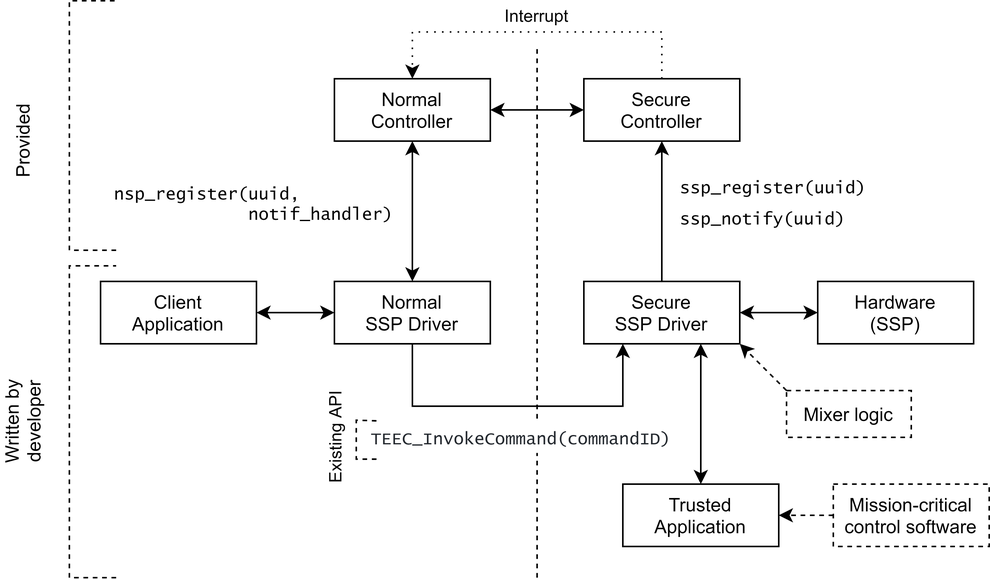
This is docs/design/figures/components.png from Distrinet-TACOS/documentation, a draw.io export, as it was before one commit. Source tidied: cells renumbered, new cells last; positions are measured from the earlier drawing's top-left corner, leaving out a move shared by most shapes. Its diagram source:
```xml
<mxGraphModel>
  <root>
    <mxCell id="0" />
    <mxCell id="1" parent="0" />
    <mxCell id="2" style="edgeStyle=orthogonalEdgeStyle;rounded=0;jettySize=auto;html=1;entryX=0;entryY=0.5;entryDx=0;entryDy=0;startArrow=classic;startFill=1;" parent="1" edge="1" source="4" target="12">
      <mxGeometry relative="1" as="geometry" />
    </mxCell>
    <mxCell id="3" style="edgeStyle=orthogonalEdgeStyle;rounded=0;jettySize=auto;html=1;startArrow=none;startFill=0;entryX=0.5;entryY=1;entryDx=0;entryDy=0;" parent="1" edge="1" source="4" target="28">
      <mxGeometry relative="1" as="geometry" />
    </mxCell>
    <mxCell id="4" value="Secure&lt;br&gt;SSP Driver" style="rounded=0;whiteSpace=wrap;html=1;" parent="1" vertex="1">
      <mxGeometry x="400" y="180" width="100" height="40" as="geometry" />
    </mxCell>
    <mxCell id="5" style="edgeStyle=orthogonalEdgeStyle;rounded=0;jettySize=auto;html=1;entryX=0.75;entryY=1;entryDx=0;entryDy=0;startArrow=classic;startFill=1;exitX=0.5;exitY=0;exitDx=0;exitDy=0;" parent="1" edge="1" source="6" target="4">
      <mxGeometry relative="1" as="geometry">
        <Array as="points">
          <mxPoint x="475" y="300" />
        </Array>
      </mxGeometry>
    </mxCell>
    <mxCell id="6" value="Trusted&lt;br&gt;Application" style="rounded=0;whiteSpace=wrap;html=1;" parent="1" vertex="1">
      <mxGeometry x="425" y="310" width="100" height="40" as="geometry" />
    </mxCell>
    <mxCell id="7" style="edgeStyle=orthogonalEdgeStyle;rounded=0;jettySize=auto;html=1;entryX=0.5;entryY=1;entryDx=0;entryDy=0;startArrow=classic;startFill=1;" parent="1" edge="1" source="10" target="27">
      <mxGeometry relative="1" as="geometry" />
    </mxCell>
    <mxCell id="8" style="edgeStyle=orthogonalEdgeStyle;rounded=0;jettySize=auto;html=1;entryX=1;entryY=0.5;entryDx=0;entryDy=0;startArrow=classic;startFill=1;" parent="1" edge="1" source="10" target="11">
      <mxGeometry relative="1" as="geometry" />
    </mxCell>
    <mxCell id="9" style="edgeStyle=orthogonalEdgeStyle;rounded=0;jettySize=auto;html=1;exitX=0.5;exitY=1;exitDx=0;exitDy=0;entryX=0.25;entryY=1;entryDx=0;entryDy=0;startArrow=none;startFill=0;" parent="1" edge="1" source="10" target="4">
      <mxGeometry relative="1" as="geometry">
        <Array as="points">
          <mxPoint x="290" y="260" />
          <mxPoint x="425" y="260" />
        </Array>
      </mxGeometry>
    </mxCell>
    <mxCell id="10" value="Normal&lt;br&gt;SSP Driver" style="rounded=0;whiteSpace=wrap;html=1;" parent="1" vertex="1">
      <mxGeometry x="240" y="180" width="100" height="40" as="geometry" />
    </mxCell>
    <mxCell id="11" value="Client&lt;br&gt;Application" style="rounded=0;whiteSpace=wrap;html=1;" parent="1" vertex="1">
      <mxGeometry x="90" y="180" width="100" height="40" as="geometry" />
    </mxCell>
    <mxCell id="12" value="Hardware&lt;br&gt;(SSP)" style="rounded=0;whiteSpace=wrap;html=1;" parent="1" vertex="1">
      <mxGeometry x="550" y="180" width="100" height="40" as="geometry" />
    </mxCell>
    <mxCell id="13" style="endArrow=none;dashed=1;html=1;rounded=0;startArrow=none;" parent="1" edge="1">
      <mxGeometry relative="1" as="geometry">
        <mxPoint x="370" y="370" as="sourcePoint" />
        <mxPoint x="370" y="30" as="targetPoint" />
      </mxGeometry>
    </mxCell>
    <mxCell id="14" value="ssp_register(uuid)" style="text;html=1;strokeColor=none;fillColor=none;align=left;verticalAlign=middle;whiteSpace=wrap;rounded=0;fontFamily=Lucida Console;fontSize=11;" parent="1" vertex="1">
      <mxGeometry x="460" y="110" width="80" height="20" as="geometry" />
    </mxCell>
    <mxCell id="15" value="ssp_notify(uuid)" style="text;html=1;strokeColor=none;fillColor=none;align=left;verticalAlign=middle;whiteSpace=wrap;rounded=0;fontFamily=Lucida Console;fontSize=11;" parent="1" vertex="1">
      <mxGeometry x="460" y="130" width="80" height="20" as="geometry" />
    </mxCell>
    <mxCell id="16" value="&lt;span style=&quot;color: rgb(36 , 41 , 47) ; background-color: rgb(255 , 255 , 255)&quot;&gt;&lt;font face=&quot;Lucida Console&quot; style=&quot;font-size: 11px&quot;&gt;TEEC_InvokeCommand(commandID)&lt;/font&gt;&lt;/span&gt;" style="text;html=1;strokeColor=none;fillColor=default;align=center;verticalAlign=middle;whiteSpace=wrap;rounded=0;labelBackgroundColor=default;" parent="1" vertex="1">
      <mxGeometry x="250" y="270" width="220" height="20" as="geometry" />
    </mxCell>
    <mxCell id="17" value="&lt;font face=&quot;Lucida Console&quot; style=&quot;font-size: 11px&quot;&gt;nsp_register(uuid,&lt;br&gt;&lt;div&gt;&lt;span&gt;&amp;nbsp; &amp;nbsp; &amp;nbsp; &amp;nbsp; &amp;nbsp; &amp;nbsp; &amp;nbsp;notif_handler&lt;/span&gt;&lt;span&gt;)&lt;/span&gt;&lt;/div&gt;&lt;/font&gt;" style="text;html=1;strokeColor=none;fillColor=none;align=left;verticalAlign=middle;whiteSpace=wrap;rounded=0;labelBackgroundColor=none;" parent="1" vertex="1">
      <mxGeometry x="97" y="120" width="190" height="20" as="geometry" />
    </mxCell>
    <mxCell id="18" style="rounded=0;jettySize=auto;html=1;exitX=0;exitY=0;exitDx=0;exitDy=0;entryX=1;entryY=1;entryDx=0;entryDy=0;startArrow=none;startFill=0;dashed=1;" parent="1" edge="1" source="19" target="4">
      <mxGeometry relative="1" as="geometry" />
    </mxCell>
    <mxCell id="19" value="Mixer logic" style="text;html=1;strokeColor=default;fillColor=none;align=center;verticalAlign=middle;whiteSpace=wrap;rounded=0;dashed=1;" parent="1" vertex="1">
      <mxGeometry x="530" y="250" width="80" height="30" as="geometry" />
    </mxCell>
    <mxCell id="20" style="endArrow=none;html=1;rounded=0;dashed=1;" parent="1" edge="1">
      <mxGeometry relative="1" as="geometry">
        <mxPoint x="100" y="160" as="sourcePoint" />
        <mxPoint x="100" as="targetPoint" />
        <Array as="points">
          <mxPoint x="70" y="160" />
          <mxPoint x="70" />
        </Array>
      </mxGeometry>
    </mxCell>
    <mxCell id="21" style="endArrow=none;html=1;rounded=0;dashed=1;" parent="1" edge="1">
      <mxGeometry relative="1" as="geometry">
        <mxPoint x="100" y="370" as="sourcePoint" />
        <mxPoint x="100" y="170" as="targetPoint" />
        <Array as="points">
          <mxPoint x="70" y="370" />
          <mxPoint x="70" y="170" />
        </Array>
      </mxGeometry>
    </mxCell>
    <mxCell id="22" value="Provided" style="text;html=1;strokeColor=none;fillColor=none;align=center;verticalAlign=middle;whiteSpace=wrap;rounded=0;labelBackgroundColor=none;rotation=-90;" parent="1" vertex="1">
      <mxGeometry y="80" width="80" height="20" as="geometry" />
    </mxCell>
    <mxCell id="23" value="Written by developer" style="text;html=1;strokeColor=none;fillColor=none;align=center;verticalAlign=middle;whiteSpace=wrap;rounded=0;labelBackgroundColor=none;rotation=-90;" parent="1" vertex="1">
      <mxGeometry y="260" width="80" height="20" as="geometry" />
    </mxCell>
    <mxCell id="24" style="edgeStyle=none;rounded=0;jettySize=auto;html=1;entryX=1;entryY=0.5;entryDx=0;entryDy=0;dashed=1;fontFamily=Lucida Console;fontSize=11;startArrow=none;startFill=0;" parent="1" edge="1" source="25" target="6">
      <mxGeometry relative="1" as="geometry" />
    </mxCell>
    <mxCell id="25" value="Mission-critical control software" style="text;html=1;strokeColor=default;fillColor=none;align=center;verticalAlign=middle;whiteSpace=wrap;rounded=0;dashed=1;" parent="1" vertex="1">
      <mxGeometry x="560" y="310" width="100" height="40" as="geometry" />
    </mxCell>
    <mxCell id="26" value="Interrupt" style="text;html=1;strokeColor=none;fillColor=none;align=center;verticalAlign=middle;whiteSpace=wrap;rounded=0;fontFamily=Helvetica;fontSize=11;" parent="1" vertex="1">
      <mxGeometry x="330" width="80" height="20" as="geometry" />
    </mxCell>
    <mxCell id="27" value="Normal&lt;br&gt;Controller" style="rounded=0;whiteSpace=wrap;html=1;" parent="1" vertex="1">
      <mxGeometry x="240" y="50" width="100" height="40" as="geometry" />
    </mxCell>
    <mxCell id="28" value="Secure&lt;br&gt;Controller" style="rounded=0;whiteSpace=wrap;html=1;" parent="1" vertex="1">
      <mxGeometry x="400" y="50" width="100" height="40" as="geometry" />
    </mxCell>
    <mxCell id="29" style="edgeStyle=orthogonalEdgeStyle;rounded=0;jettySize=auto;html=1;entryX=0;entryY=0.5;entryDx=0;entryDy=0;startArrow=classic;startFill=1;" parent="1" edge="1" source="27" target="28">
      <mxGeometry x="320" y="80" as="geometry" />
    </mxCell>
    <mxCell id="30" style="edgeStyle=none;rounded=0;jettySize=auto;html=1;entryX=0.5;entryY=0;entryDx=0;entryDy=0;dashed=1;dashPattern=1 4;fontFamily=Lucida Console;fontSize=11;startArrow=none;startFill=0;" parent="1" edge="1" source="28" target="27">
      <mxGeometry x="320" y="80" as="geometry">
        <Array as="points">
          <mxPoint x="450" y="20" />
          <mxPoint x="290" y="20" />
        </Array>
      </mxGeometry>
    </mxCell>
    <mxCell id="31" style="endArrow=none;html=1;rounded=0;dashed=1;entryX=0.059;entryY=0.021;entryDx=0;entryDy=0;entryPerimeter=0;" parent="1" edge="1">
      <mxGeometry relative="1" as="geometry">
        <mxPoint x="267" y="294" as="sourcePoint" />
        <mxPoint x="267" y="269.4" as="targetPoint" />
        <Array as="points">
          <mxPoint x="254" y="294" />
          <mxPoint x="254" y="269" />
        </Array>
      </mxGeometry>
    </mxCell>
    <mxCell id="32" value="Existing API" style="text;html=1;strokeColor=none;fillColor=none;align=center;verticalAlign=middle;whiteSpace=wrap;rounded=0;labelBackgroundColor=none;rotation=-90;fontSize=11;" parent="1" vertex="1">
      <mxGeometry x="201" y="270" width="80" height="20" as="geometry" />
    </mxCell>
  </root>
</mxGraphModel>
```
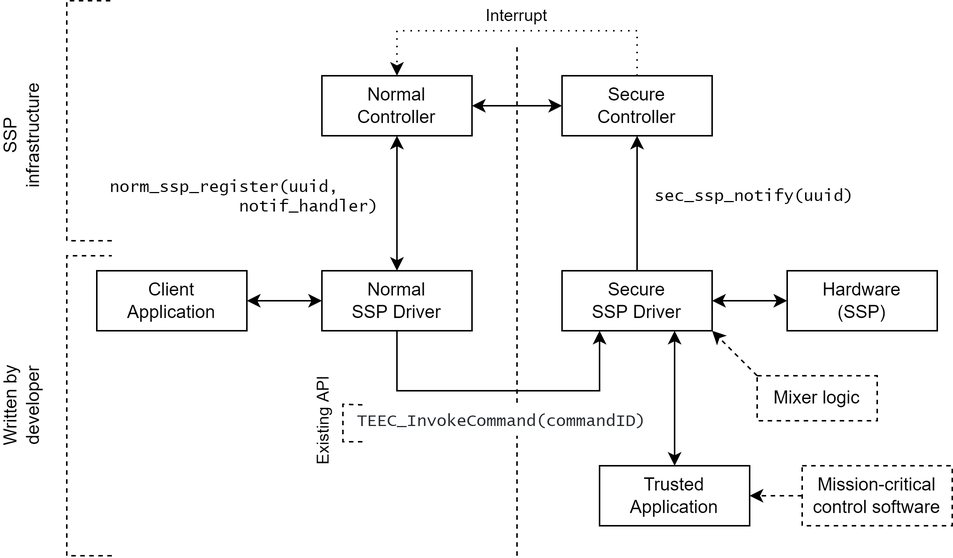
After the change.

Diff of the diagram source:
```diff
@@ -50,16 +50,13 @@
         <mxPoint x="370" y="30" as="targetPoint" />
       </mxGeometry>
     </mxCell>
-    <mxCell id="14" value="ssp_register(uuid)" style="text;html=1;strokeColor=none;fillColor=none;align=left;verticalAlign=middle;whiteSpace=wrap;rounded=0;fontFamily=Lucida Console;fontSize=11;" parent="1" vertex="1">
-      <mxGeometry x="460" y="110" width="80" height="20" as="geometry" />
-    </mxCell>
-    <mxCell id="15" value="ssp_notify(uuid)" style="text;html=1;strokeColor=none;fillColor=none;align=left;verticalAlign=middle;whiteSpace=wrap;rounded=0;fontFamily=Lucida Console;fontSize=11;" parent="1" vertex="1">
-      <mxGeometry x="460" y="130" width="80" height="20" as="geometry" />
+    <mxCell id="15" value="sec_ssp_notify(uuid)" style="text;html=1;strokeColor=none;fillColor=none;align=left;verticalAlign=middle;whiteSpace=wrap;rounded=0;fontFamily=Lucida Console;fontSize=11;" parent="1" vertex="1">
+      <mxGeometry x="460" y="120" width="80" height="20" as="geometry" />
     </mxCell>
     <mxCell id="16" value="&lt;span style=&quot;color: rgb(36 , 41 , 47) ; background-color: rgb(255 , 255 , 255)&quot;&gt;&lt;font face=&quot;Lucida Console&quot; style=&quot;font-size: 11px&quot;&gt;TEEC_InvokeCommand(commandID)&lt;/font&gt;&lt;/span&gt;" style="text;html=1;strokeColor=none;fillColor=default;align=center;verticalAlign=middle;whiteSpace=wrap;rounded=0;labelBackgroundColor=default;" parent="1" vertex="1">
       <mxGeometry x="250" y="270" width="220" height="20" as="geometry" />
     </mxCell>
-    <mxCell id="17" value="&lt;font face=&quot;Lucida Console&quot; style=&quot;font-size: 11px&quot;&gt;nsp_register(uuid,&lt;br&gt;&lt;div&gt;&lt;span&gt;&amp;nbsp; &amp;nbsp; &amp;nbsp; &amp;nbsp; &amp;nbsp; &amp;nbsp; &amp;nbsp;notif_handler&lt;/span&gt;&lt;span&gt;)&lt;/span&gt;&lt;/div&gt;&lt;/font&gt;" style="text;html=1;strokeColor=none;fillColor=none;align=left;verticalAlign=middle;whiteSpace=wrap;rounded=0;labelBackgroundColor=none;" parent="1" vertex="1">
+    <mxCell id="17" value="&lt;font face=&quot;Lucida Console&quot; style=&quot;font-size: 11px&quot;&gt;norm_ssp_register(uuid,&lt;br&gt;&lt;div&gt;&lt;span&gt;&amp;nbsp; &amp;nbsp; &amp;nbsp; &amp;nbsp; &amp;nbsp; &amp;nbsp; &amp;nbsp;notif_handler&lt;/span&gt;&lt;span&gt;)&lt;/span&gt;&lt;/div&gt;&lt;/font&gt;" style="text;html=1;strokeColor=none;fillColor=none;align=left;verticalAlign=middle;whiteSpace=wrap;rounded=0;labelBackgroundColor=none;" parent="1" vertex="1">
       <mxGeometry x="97" y="120" width="190" height="20" as="geometry" />
     </mxCell>
     <mxCell id="18" style="rounded=0;jettySize=auto;html=1;exitX=0;exitY=0;exitDx=0;exitDy=0;entryX=1;entryY=1;entryDx=0;entryDy=0;startArrow=none;startFill=0;dashed=1;" parent="1" edge="1" source="19" target="4">
@@ -88,7 +85,7 @@
         </Array>
       </mxGeometry>
     </mxCell>
-    <mxCell id="22" value="Provided" style="text;html=1;strokeColor=none;fillColor=none;align=center;verticalAlign=middle;whiteSpace=wrap;rounded=0;labelBackgroundColor=none;rotation=-90;" parent="1" vertex="1">
+    <mxCell id="22" value="SSP infrastructure" style="text;html=1;strokeColor=none;fillColor=none;align=center;verticalAlign=middle;whiteSpace=wrap;rounded=0;labelBackgroundColor=none;rotation=-90;" parent="1" vertex="1">
       <mxGeometry y="80" width="80" height="20" as="geometry" />
     </mxCell>
     <mxCell id="23" value="Written by developer" style="text;html=1;strokeColor=none;fillColor=none;align=center;verticalAlign=middle;whiteSpace=wrap;rounded=0;labelBackgroundColor=none;rotation=-90;" parent="1" vertex="1">
```
